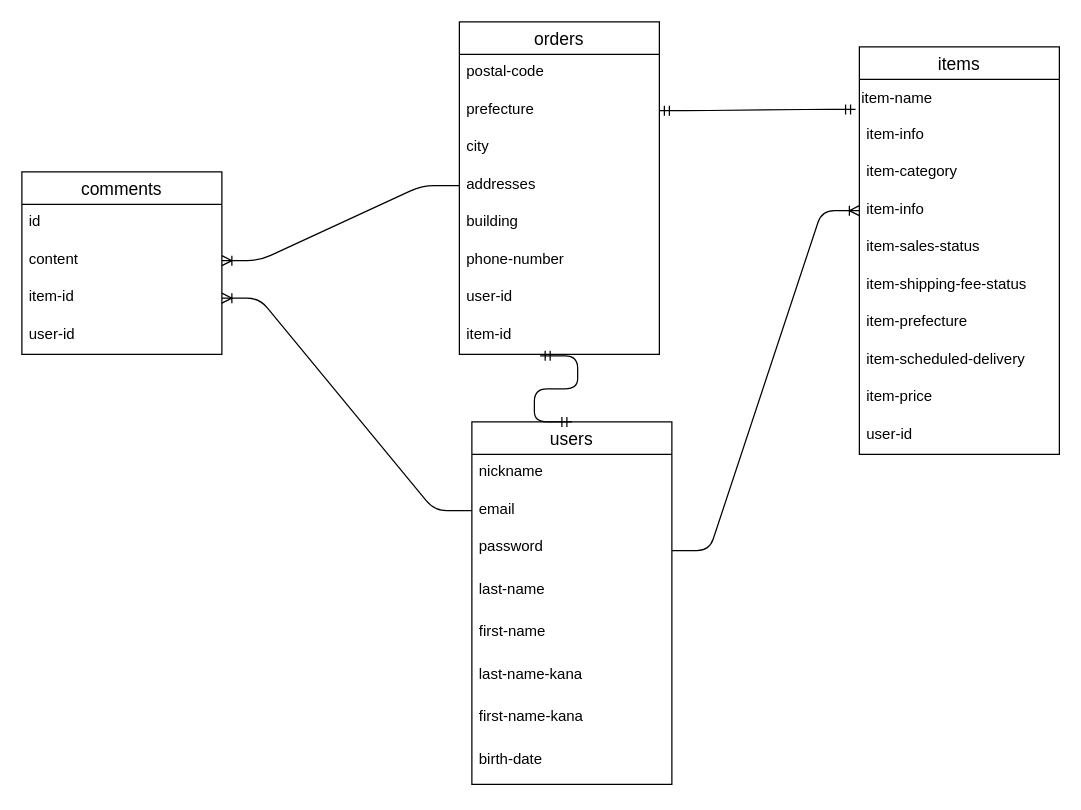
This is ER.dio from nguyenhiepvn/furima-sekisho-tomodati, a draw.io file, before an edit. Source tidied: cells renumbered, new cells numbered last; positions are measured from the earlier drawing's top-left corner, leaving out a move shared by most shapes. Both pictures are drawn from the tidied source at 125%, with x=0, y=0 at pixel (21, 21).
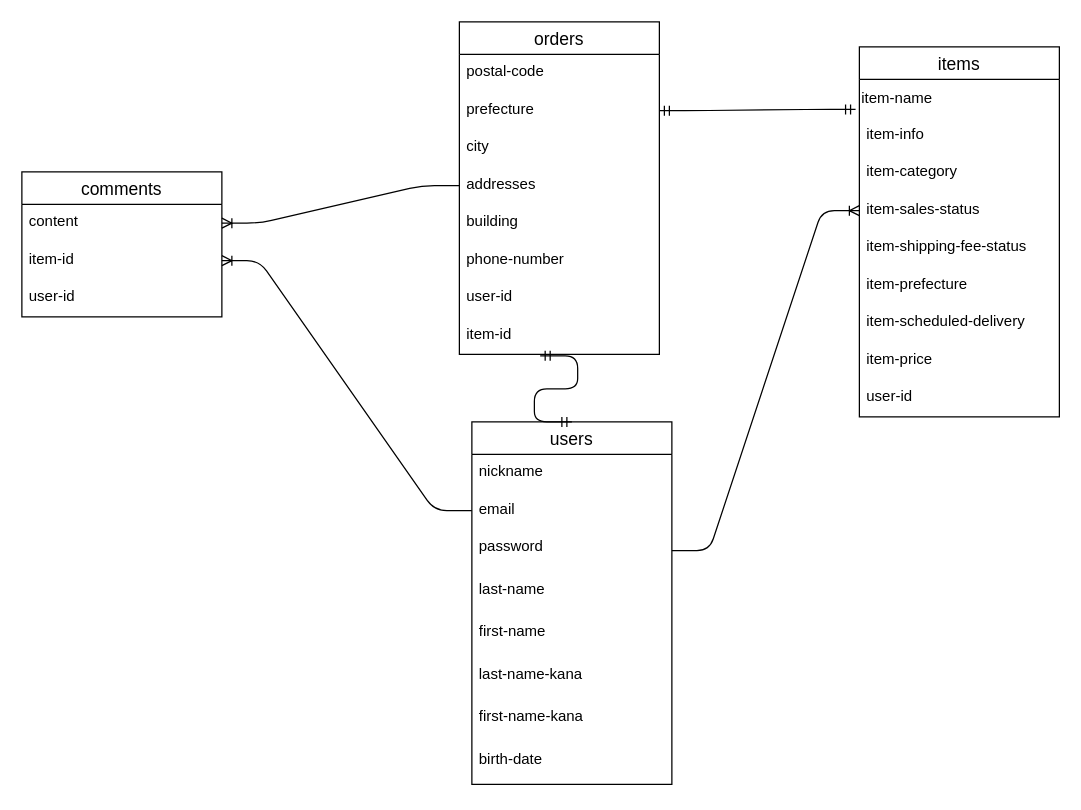
The same diagram, later.

Commit message (it also covers changes not shown here):
データベース設計-2回目

The change refers to these unchanged cells:
```xml
<mxCell id="5" value="password" style="text;strokeColor=none;fillColor=none;spacingLeft=4;spacingRight=4;overflow=hidden;points=[[0,0.5],[1,0.5]];portConstraint=eastwest;fontSize=12;" parent="2" vertex="1">
  <mxGeometry y="86" width="160" height="34" as="geometry" />
</mxCell>
```

What changed in the source:
```diff
@@
     <mxCell id="20" value="comments" style="swimlane;fontStyle=0;horizontal=1;startSize=26;align=center;fontSize=14;" parent="1" vertex="1">
-      <mxGeometry y="120" width="160" height="146" as="geometry" />
+      <mxGeometry y="120" width="160" height="116" as="geometry" />
     </mxCell>
-    <mxCell id="21" value="id" style="text;strokeColor=none;fillColor=none;spacingLeft=4;spacingRight=4;overflow=hidden;fontSize=12;" parent="20" vertex="1">
-      <mxGeometry y="26" width="160" height="30" as="geometry" />
-    </mxCell>
     <mxCell id="22" value="content" style="text;strokeColor=none;fillColor=none;spacingLeft=4;spacingRight=4;overflow=hidden;points=[[0,0.5],[1,0.5]];portConstraint=eastwest;fontSize=12;" parent="20" vertex="1">
-      <mxGeometry y="56" width="160" height="30" as="geometry" />
+      <mxGeometry y="26" width="160" height="30" as="geometry" />
     </mxCell>
     <mxCell id="23" value="item-id" style="text;strokeColor=none;fillColor=none;spacingLeft=4;spacingRight=4;overflow=hidden;points=[[0,0.5],[1,0.5]];portConstraint=eastwest;fontSize=12;" parent="20" vertex="1">
-      <mxGeometry y="86" width="160" height="30" as="geometry" />
+      <mxGeometry y="56" width="160" height="30" as="geometry" />
     </mxCell>
     <mxCell id="24" value="user-id" style="text;strokeColor=none;fillColor=none;spacingLeft=4;spacingRight=4;overflow=hidden;fontSize=12;" parent="20" vertex="1">
-      <mxGeometry y="116" width="160" height="30" as="geometry" />
+      <mxGeometry y="86" width="160" height="30" as="geometry" />
     </mxCell>
     <mxCell id="25" value="items" style="swimlane;fontStyle=0;horizontal=1;startSize=26;align=center;fontSize=14;" parent="1" vertex="1">
-      <mxGeometry x="670" y="20" width="160" height="326" as="geometry" />
+      <mxGeometry x="670" y="20" width="160" height="296" as="geometry" />
     </mxCell>
@@
-    <mxCell id="29" value="item-info" style="text;strokeColor=none;fillColor=none;spacingLeft=4;spacingRight=4;overflow=hidden;points=[[0,0.5],[1,0.5]];portConstraint=eastwest;fontSize=12;" parent="25" vertex="1">
-      <mxGeometry y="116" width="160" height="30" as="geometry" />
-    </mxCell>
     <mxCell id="30" value="item-sales-status" style="text;strokeColor=none;fillColor=none;spacingLeft=4;spacingRight=4;overflow=hidden;fontSize=12;" parent="25" vertex="1">
-      <mxGeometry y="146" width="160" height="30" as="geometry" />
+      <mxGeometry y="116" width="160" height="30" as="geometry" />
     </mxCell>
     <mxCell id="31" value="item-shipping-fee-status" style="text;strokeColor=none;fillColor=none;spacingLeft=4;spacingRight=4;overflow=hidden;fontSize=12;" parent="25" vertex="1">
-      <mxGeometry y="176" width="160" height="30" as="geometry" />
+      <mxGeometry y="146" width="160" height="30" as="geometry" />
     </mxCell>
     <mxCell id="32" value="item-prefecture" style="text;strokeColor=none;fillColor=none;spacingLeft=4;spacingRight=4;overflow=hidden;fontSize=12;" parent="25" vertex="1">
-      <mxGeometry y="206" width="160" height="30" as="geometry" />
+      <mxGeometry y="176" width="160" height="30" as="geometry" />
     </mxCell>
     <mxCell id="33" value="item-scheduled-delivery" style="text;strokeColor=none;fillColor=none;spacingLeft=4;spacingRight=4;overflow=hidden;fontSize=12;" parent="25" vertex="1">
-      <mxGeometry y="236" width="160" height="30" as="geometry" />
+      <mxGeometry y="206" width="160" height="30" as="geometry" />
     </mxCell>
     <mxCell id="34" value="item-price" style="text;strokeColor=none;fillColor=none;spacingLeft=4;spacingRight=4;overflow=hidden;fontSize=12;" parent="25" vertex="1">
-      <mxGeometry y="266" width="160" height="30" as="geometry" />
+      <mxGeometry y="236" width="160" height="30" as="geometry" />
     </mxCell>
     <mxCell id="35" value="user-id" style="text;strokeColor=none;fillColor=none;spacingLeft=4;spacingRight=4;overflow=hidden;fontSize=12;" parent="25" vertex="1">
-      <mxGeometry y="296" width="160" height="30" as="geometry" />
+      <mxGeometry y="266" width="160" height="30" as="geometry" />
     </mxCell>
-    <mxCell id="36" style="edgeStyle=entityRelationEdgeStyle;fontSize=12;html=1;endArrow=ERoneToMany;" parent="1" edge="1" source="5" target="29">
-      <mxGeometry relative="1" as="geometry" />
+    <mxCell id="36" style="edgeStyle=entityRelationEdgeStyle;fontSize=12;html=1;endArrow=ERoneToMany;" parent="1" edge="1" source="5">
+      <mxGeometry relative="1" as="geometry">
+        <mxPoint x="670" y="151" as="targetPoint" />
+      </mxGeometry>
     </mxCell>
```
